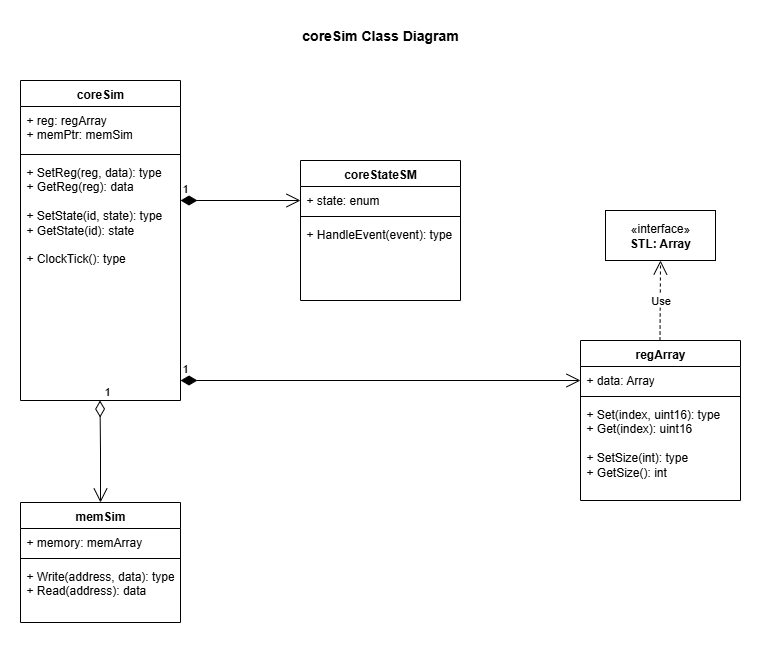
This is docs/SW-coreSim-class-diagram.png from dervish77/StackCPU, a draw.io export, as it was before one commit. Source tidied: cells renumbered, new cells last; positions are measured from the earlier drawing's top-left corner, leaving out a move shared by most shapes.
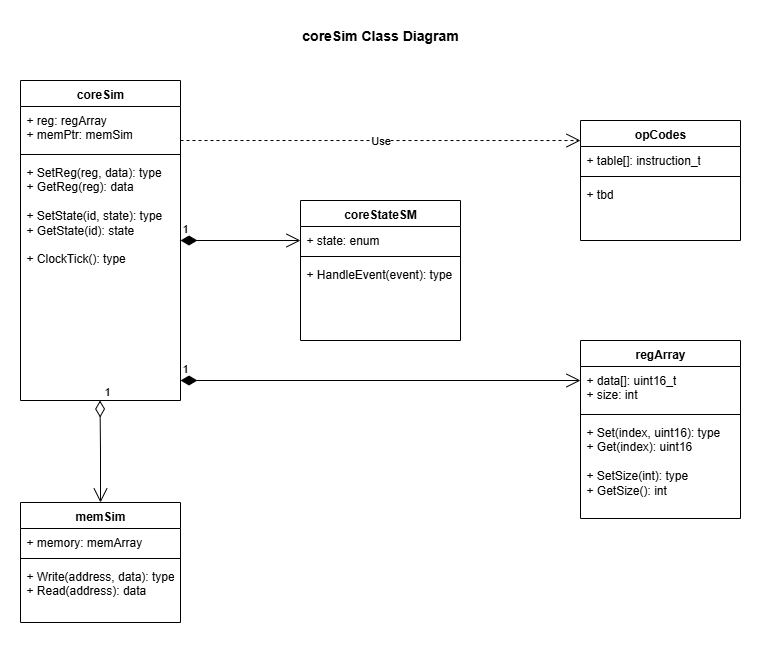
Later version of the same file.

Commit message:
updated class diagrams to match latest code design

The edit, as a diff of the source:
```diff
@@ -36,28 +36,19 @@
       <mxGeometry x="225" width="270" height="30" as="geometry" />
     </mxCell>
     <mxCell id="12" value="regArray" style="swimlane;fontStyle=1;align=center;verticalAlign=top;horizontal=1;startSize=26;whiteSpace=wrap;html=1;" parent="1" vertex="1">
-      <mxGeometry x="560" y="320" width="160" height="160" as="geometry" />
+      <mxGeometry x="560" y="320" width="160" height="178" as="geometry" />
     </mxCell>
-    <mxCell id="13" value="+ data: Array" style="text;strokeColor=none;fillColor=none;align=left;verticalAlign=top;spacingLeft=4;spacingRight=4;overflow=hidden;whiteSpace=wrap;html=1;" parent="12" vertex="1">
-      <mxGeometry y="26" width="160" height="26" as="geometry" />
+    <mxCell id="13" value="+ data[]: uint16_t&lt;div&gt;+ size: int&lt;/div&gt;" style="text;strokeColor=none;fillColor=none;align=left;verticalAlign=top;spacingLeft=4;spacingRight=4;overflow=hidden;whiteSpace=wrap;html=1;" parent="12" vertex="1">
+      <mxGeometry y="26" width="160" height="44" as="geometry" />
     </mxCell>
     <mxCell id="14" style="line;strokeWidth=1;fillColor=none;align=left;verticalAlign=middle;spacingTop=-1;spacingLeft=3;spacingRight=3;labelPosition=right;strokeColor=inherit;" parent="12" vertex="1">
-      <mxGeometry y="52" width="160" height="8" as="geometry" />
+      <mxGeometry y="70" width="160" height="8" as="geometry" />
     </mxCell>
     <mxCell id="15" value="+ Set(index, uint16): type&lt;div&gt;+ Get(index): uint16&lt;/div&gt;&lt;div&gt;&lt;br&gt;&lt;/div&gt;&lt;div&gt;+ SetSize(int): type&lt;/div&gt;&lt;div&gt;+ GetSize(): int&lt;/div&gt;" style="text;strokeColor=none;fillColor=none;align=left;verticalAlign=top;spacingLeft=4;spacingRight=4;overflow=hidden;whiteSpace=wrap;html=1;" parent="12" vertex="1">
-      <mxGeometry y="60" width="160" height="100" as="geometry" />
+      <mxGeometry y="78" width="160" height="100" as="geometry" />
     </mxCell>
-    <mxCell id="16" value="«interface»&lt;br&gt;&lt;b&gt;STL: Array&lt;/b&gt;" style="html=1;whiteSpace=wrap;" parent="1" vertex="1">
-      <mxGeometry x="585" y="190" width="110" height="50" as="geometry" />
-    </mxCell>
-    <mxCell id="17" value="Use" style="endArrow=open;endSize=12;dashed=1;html=1;rounded=0;" parent="1" edge="1">
-      <mxGeometry relative="1" as="geometry">
-        <mxPoint x="639.5" y="320" as="sourcePoint" />
-        <mxPoint x="640" y="240" as="targetPoint" />
-      </mxGeometry>
-    </mxCell>
     <mxCell id="18" value="coreStateSM" style="swimlane;fontStyle=1;align=center;verticalAlign=top;horizontal=1;startSize=26;whiteSpace=wrap;html=1;" parent="1" vertex="1">
-      <mxGeometry x="280" y="140" width="160" height="140" as="geometry" />
+      <mxGeometry x="280" y="180" width="160" height="140" as="geometry" />
     </mxCell>
     <mxCell id="19" value="+ state: enum" style="text;strokeColor=none;fillColor=none;align=left;verticalAlign=top;spacingLeft=4;spacingRight=4;overflow=hidden;whiteSpace=wrap;html=1;" parent="18" vertex="1">
       <mxGeometry y="26" width="160" height="26" as="geometry" />
@@ -70,8 +61,8 @@
     </mxCell>
     <mxCell id="22" value="1" style="endArrow=open;html=1;endSize=12;startArrow=diamondThin;startSize=14;startFill=1;edgeStyle=orthogonalEdgeStyle;align=left;verticalAlign=bottom;rounded=0;" parent="1" edge="1">
       <mxGeometry x="-1" y="3" relative="1" as="geometry">
-        <mxPoint x="160" y="180" as="sourcePoint" />
-        <mxPoint x="280" y="180" as="targetPoint" />
+        <mxPoint x="160" y="220" as="sourcePoint" />
+        <mxPoint x="280" y="220" as="targetPoint" />
       </mxGeometry>
     </mxCell>
     <mxCell id="23" value="1" style="endArrow=open;html=1;endSize=12;startArrow=diamondThin;startSize=14;startFill=1;edgeStyle=orthogonalEdgeStyle;align=left;verticalAlign=bottom;rounded=0;" parent="1" edge="1">
@@ -80,5 +71,22 @@
         <mxPoint x="560" y="360" as="targetPoint" />
       </mxGeometry>
     </mxCell>
+    <mxCell id="24" value="opCodes" style="swimlane;fontStyle=1;align=center;verticalAlign=top;horizontal=1;startSize=26;whiteSpace=wrap;html=1;" parent="1" vertex="1">
+      <mxGeometry x="560" y="100" width="160" height="120" as="geometry" />
+    </mxCell>
+    <mxCell id="25" value="+ table[]: instruction_t" style="text;strokeColor=none;fillColor=none;align=left;verticalAlign=top;spacingLeft=4;spacingRight=4;overflow=hidden;whiteSpace=wrap;html=1;" parent="24" vertex="1">
+      <mxGeometry y="26" width="160" height="26" as="geometry" />
+    </mxCell>
+    <mxCell id="26" style="line;strokeWidth=1;fillColor=none;align=left;verticalAlign=middle;spacingTop=-1;spacingLeft=3;spacingRight=3;labelPosition=right;strokeColor=inherit;" parent="24" vertex="1">
+      <mxGeometry y="52" width="160" height="8" as="geometry" />
+    </mxCell>
+    <mxCell id="27" value="+ tbd" style="text;strokeColor=none;fillColor=none;align=left;verticalAlign=top;spacingLeft=4;spacingRight=4;overflow=hidden;whiteSpace=wrap;html=1;" parent="24" vertex="1">
+      <mxGeometry y="60" width="160" height="60" as="geometry" />
+    </mxCell>
+    <mxCell id="17" value="Use" style="endArrow=open;endSize=12;dashed=1;html=1;rounded=0;entryX=0;entryY=0.167;entryDx=0;entryDy=0;entryPerimeter=0;" parent="1" edge="1" target="24">
+      <mxGeometry relative="1" as="geometry">
+        <mxPoint x="160" y="120" as="sourcePoint" />
+      </mxGeometry>
+    </mxCell>
   </root>
 </mxGraphModel>
```
